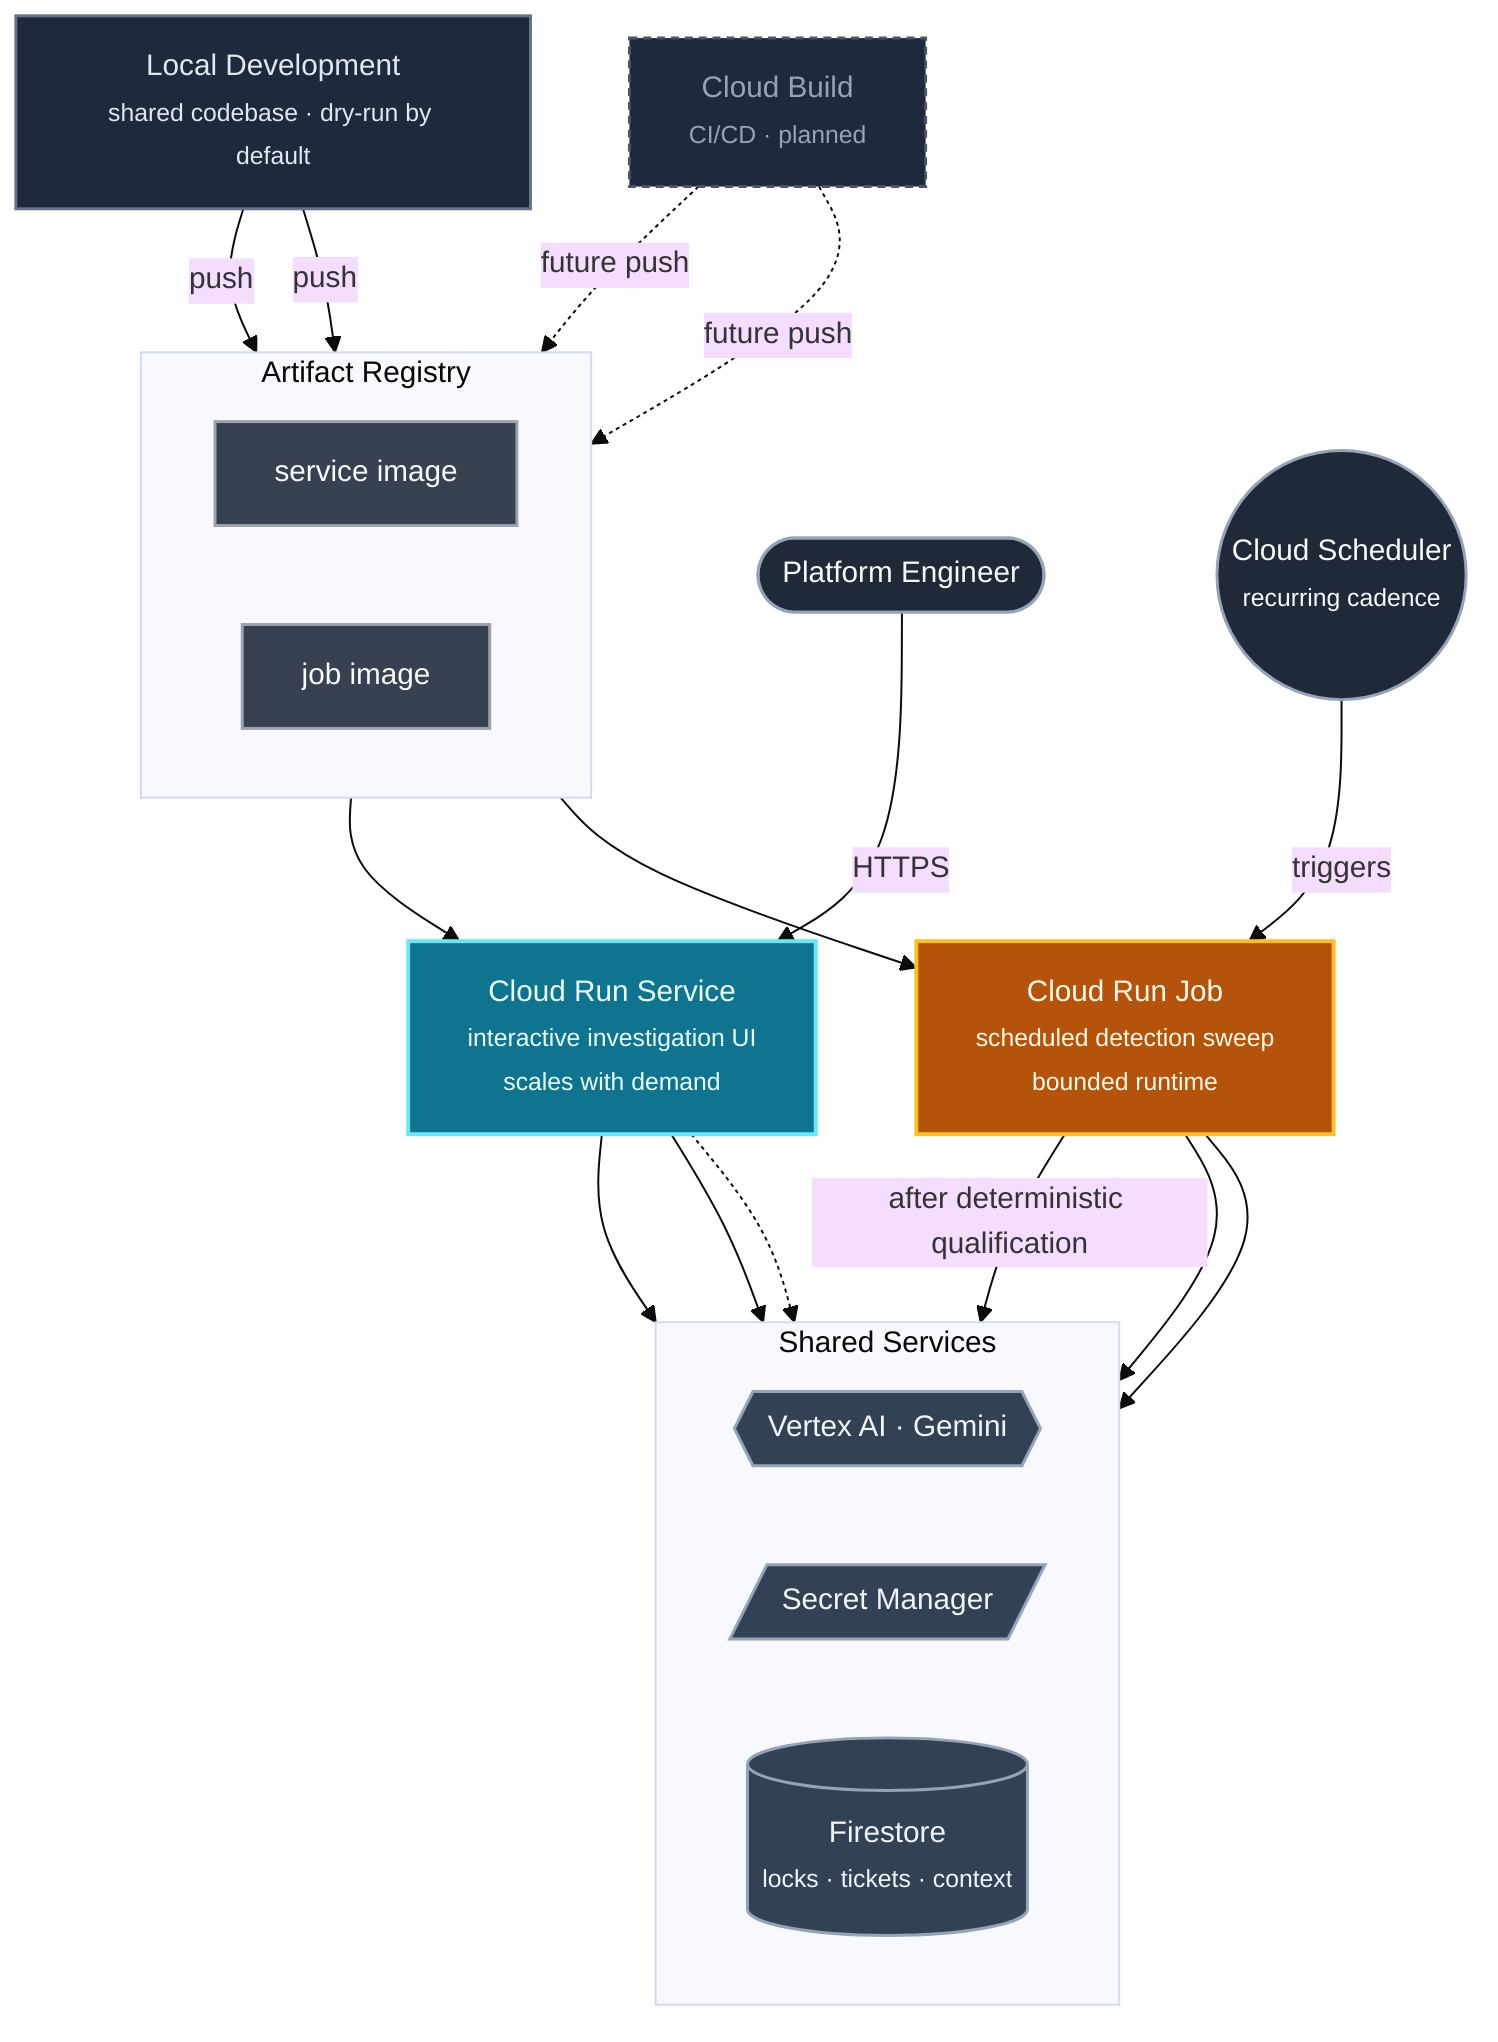
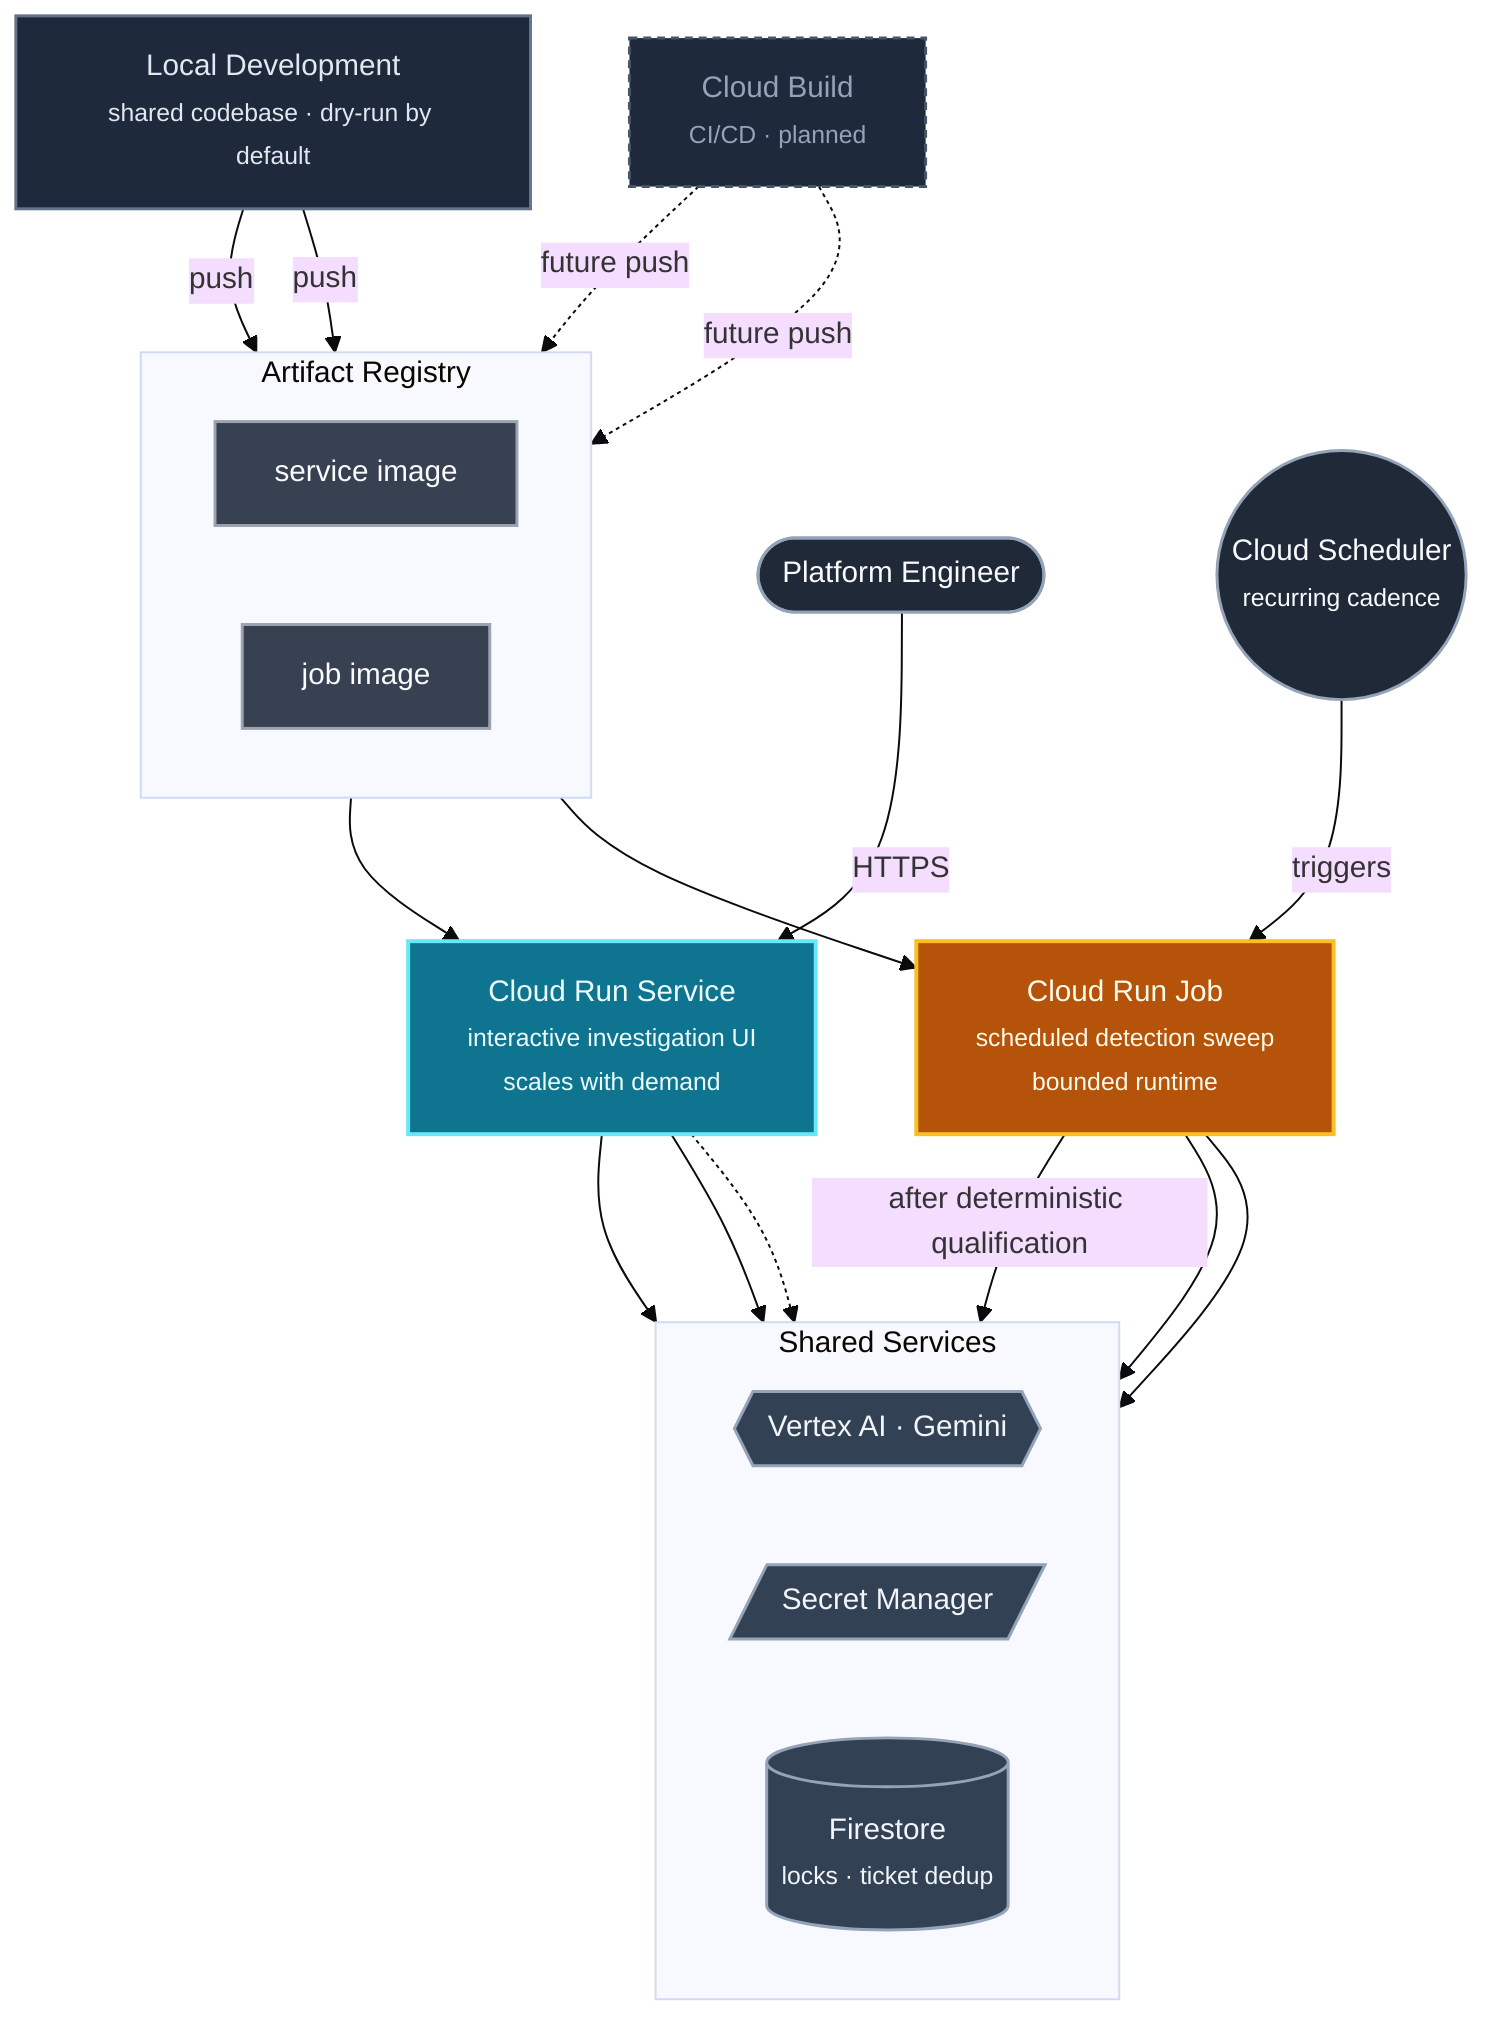
%%{init: {"theme": "base", "themeVariables": {"fontSize": "15px"}}}%%
flowchart TB
    classDef dev fill:#1e293b,stroke:#64748b,color:#e2e8f0,stroke-width:1.5px
    classDef ci fill:#374151,stroke:#9ca3af,color:#f9fafb,stroke-width:1.5px
    classDef planned fill:#1e293b,stroke:#475569,color:#94a3b8,stroke-width:1.5px,stroke-dasharray: 4 3
    classDef svc fill:#0e7490,stroke:#67e8f9,color:#ecfeff,stroke-width:2px
    classDef job fill:#b45309,stroke:#fbbf24,color:#fffbeb,stroke-width:2px
    classDef shared fill:#334155,stroke:#94a3b8,color:#f1f5f9,stroke-width:1.5px
    classDef actor fill:#1f2937,stroke:#94a3b8,color:#f8fafc,stroke-width:1.5px

    Dev["Local Development<br/><small>shared codebase · dry-run by default</small>"]:::dev
    CloudBuild["Cloud Build<br/><small>CI/CD · planned</small>"]:::planned

    subgraph Registry["Artifact Registry"]
        direction LR
        ImgSvc["service image"]:::ci
        ImgJob["job image"]:::ci
    end
    Dev -->|"push"| ImgSvc
    Dev -->|"push"| ImgJob
    CloudBuild -.->|"future push"| ImgSvc
    CloudBuild -.->|"future push"| ImgJob

    Engineer(["Platform Engineer"]):::actor
    Sched(("Cloud Scheduler<br/><small>recurring cadence</small>")):::actor

    ImgSvc --> Service["Cloud Run Service<br/><small>interactive investigation UI<br/>scales with demand</small>"]:::svc
    ImgJob --> Job["Cloud Run Job<br/><small>scheduled detection sweep<br/>bounded runtime</small>"]:::job

    Engineer -->|"HTTPS"| Service
    Sched -->|"triggers"| Job

    subgraph Shared["Shared Services"]
        direction LR
        LLM{{"Vertex AI · Gemini"}}:::shared
        Secrets[/"Secret Manager"/]:::shared
-         Docs[("Firestore<br/><small>locks · tickets · context</small>")]:::shared
+         Docs[("Firestore<br/><small>locks · ticket dedup</small>")]:::shared
    end

    Service --> LLM
    Job -->|"after deterministic qualification"| LLM
    Service --> Secrets
    Job --> Secrets
    Job --> Docs
    Service -.-> Docs
